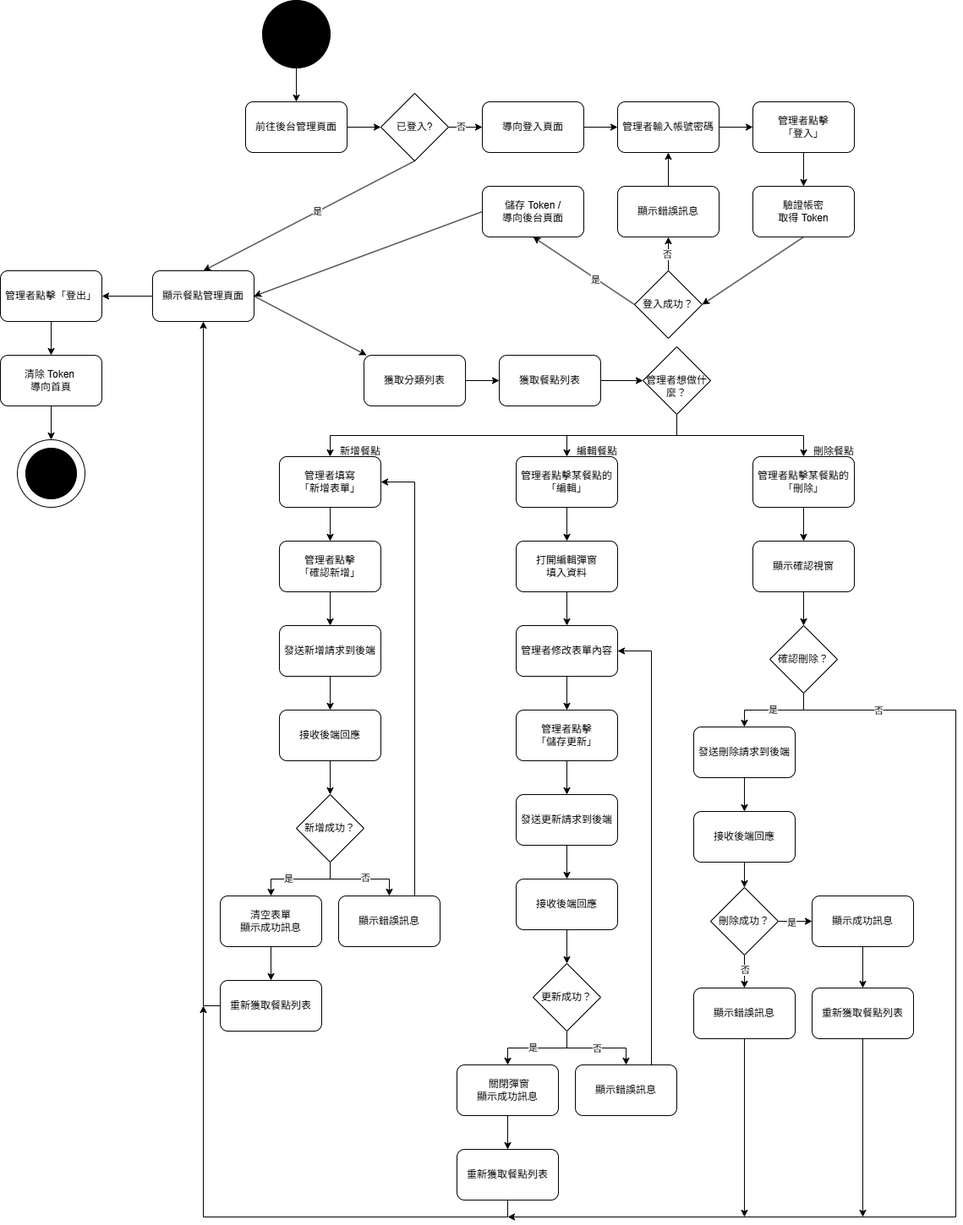
This is documents/Activity Diagram.drawio.png from yuchen69/ordering-system, a draw.io export, as it was before one commit. Source tidied: cells renumbered, new cells last; positions are measured from the earlier drawing's top-left corner, leaving out a move shared by most shapes.
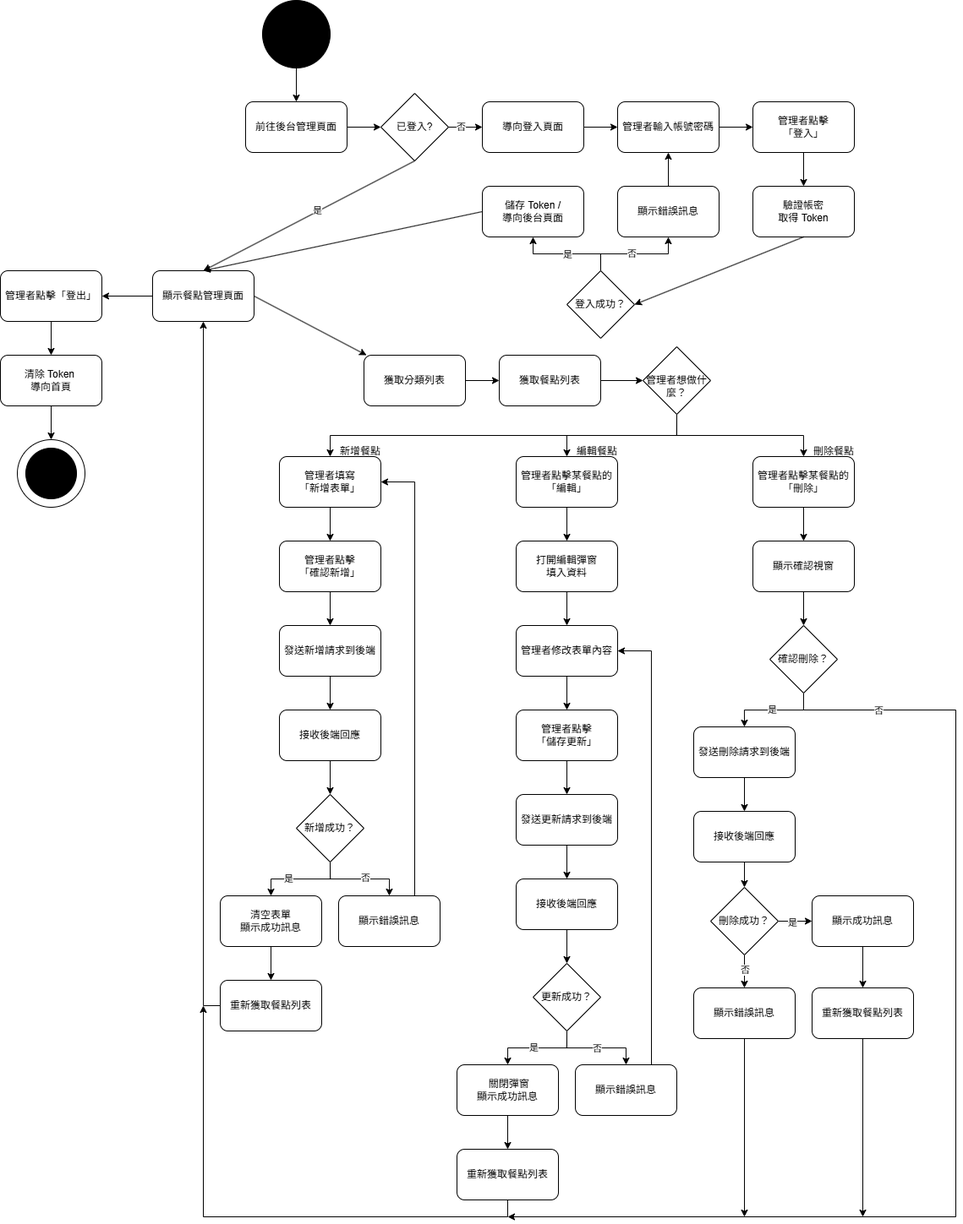
Above is the later version.

What changed in the source:
```diff
@@ -65,33 +65,35 @@
     <mxCell id="22" style="endArrow=classic;html=1;rounded=0;exitX=0.5;exitY=1;exitDx=0;exitDy=0;entryX=1;entryY=0.5;entryDx=0;entryDy=0;" parent="1" edge="1" source="19" target="23">
       <mxGeometry relative="1" as="geometry" />
     </mxCell>
-    <mxCell id="23" value="登入成功？" style="rhombus;whiteSpace=wrap;html=1;" parent="1" vertex="1">
-      <mxGeometry x="750" y="320" width="80" height="80" as="geometry" />
-    </mxCell>
-    <mxCell id="24" style="endArrow=classic;html=1;rounded=0;exitX=0.5;exitY=0;exitDx=0;exitDy=0;entryX=0.5;entryY=1;entryDx=0;entryDy=0;" parent="1" edge="1" source="23" target="21">
+    <mxCell id="24" style="edgeStyle=orthogonalEdgeStyle;rounded=0;jettySize=auto;html=1;exitX=0.5;exitY=0;exitDx=0;exitDy=0;entryX=0.5;entryY=1;entryDx=0;entryDy=0;" parent="1" edge="1" source="23" target="21">
       <mxGeometry relative="1" as="geometry" />
     </mxCell>
     <mxCell id="25" value="否" style="edgeLabel;html=1;align=center;verticalAlign=middle;" parent="24" vertex="1">
-      <mxGeometry x="-0.02" y="2" relative="1" as="geometry" />
+      <mxGeometry x="-0.05" y="1" relative="1" as="geometry">
+        <mxPoint x="-1" as="offset" />
+      </mxGeometry>
     </mxCell>
-    <mxCell id="26" value="儲存 Token /&lt;div&gt;導向後台頁面&lt;/div&gt;" style="rounded=1;whiteSpace=wrap;html=1;" parent="1" vertex="1">
-      <mxGeometry x="570" y="220" width="120" height="60" as="geometry" />
-    </mxCell>
-    <mxCell id="27" style="edgeStyle=none;jettySize=auto;html=1;rounded=0;exitX=0;exitY=0.5;exitDx=0;exitDy=0;entryX=0.5;entryY=1;entryDx=0;entryDy=0;" parent="1" edge="1" source="23" target="26">
+    <mxCell id="27" style="edgeStyle=orthogonalEdgeStyle;rounded=0;jettySize=auto;html=1;exitX=0.5;exitY=0;exitDx=0;exitDy=0;entryX=0.5;entryY=1;entryDx=0;entryDy=0;" parent="1" edge="1" source="23" target="26">
       <mxGeometry relative="1" as="geometry" />
     </mxCell>
     <mxCell id="28" value="是" style="edgeLabel;html=1;align=center;verticalAlign=middle;" parent="27" vertex="1">
-      <mxGeometry x="-0.22" y="-2" relative="1" as="geometry">
-        <mxPoint x="-1" y="3" as="offset" />
+      <mxGeometry x="0.07" y="3" relative="1" as="geometry">
+        <mxPoint x="4" y="-3" as="offset" />
       </mxGeometry>
     </mxCell>
+    <mxCell id="23" value="登入成功？" style="rhombus;whiteSpace=wrap;html=1;" parent="1" vertex="1">
+      <mxGeometry x="670" y="320" width="80" height="80" as="geometry" />
+    </mxCell>
+    <mxCell id="26" value="儲存 Token /&lt;div&gt;導向後台頁面&lt;/div&gt;" style="rounded=1;whiteSpace=wrap;html=1;" parent="1" vertex="1">
+      <mxGeometry x="570" y="220" width="120" height="60" as="geometry" />
+    </mxCell>
     <mxCell id="29" style="endArrow=classic;html=1;rounded=0;exitX=0.5;exitY=0;exitDx=0;exitDy=0;entryX=0.5;entryY=1;entryDx=0;entryDy=0;" parent="1" edge="1" source="21" target="15">
       <mxGeometry relative="1" as="geometry" />
     </mxCell>
     <mxCell id="30" value="獲取分類列表" style="rounded=1;whiteSpace=wrap;html=1;" parent="1" vertex="1">
       <mxGeometry x="430" y="420" width="120" height="60" as="geometry" />
     </mxCell>
-    <mxCell id="31" style="endArrow=classic;html=1;rounded=0;exitX=0;exitY=0.5;exitDx=0;exitDy=0;entryX=1;entryY=0.5;entryDx=0;entryDy=0;" parent="1" edge="1" source="26" target="4">
+    <mxCell id="31" style="endArrow=classic;html=1;rounded=0;exitX=0;exitY=0.5;exitDx=0;exitDy=0;entryX=0.5;entryY=0;entryDx=0;entryDy=0;" parent="1" edge="1" source="26" target="4">
       <mxGeometry relative="1" as="geometry" />
     </mxCell>
     <mxCell id="32" style="endArrow=classic;html=1;rounded=0;exitX=1;exitY=0.5;exitDx=0;exitDy=0;" parent="1" edge="1" source="4" target="30">
```
